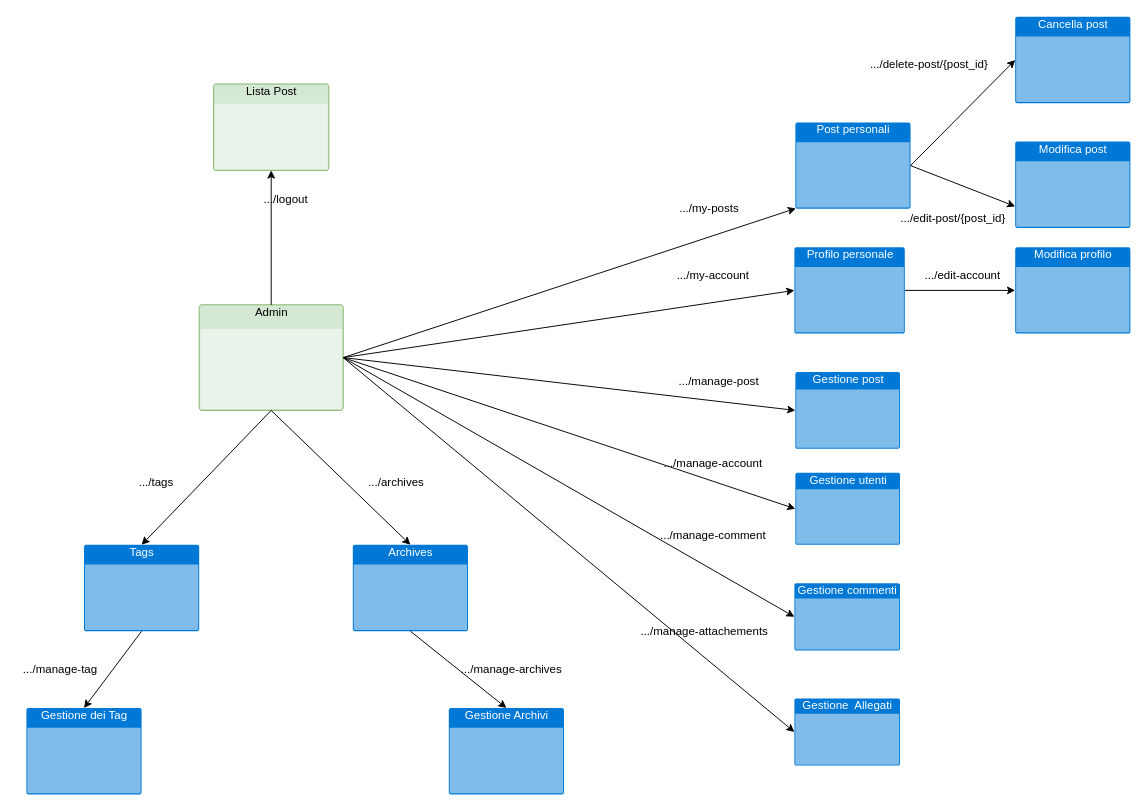
This is page "Admin" (3 of 3) of mappa_blog_3.0.drawio from lorenzofratini1998/ADVProgramming_Project, a draw.io file, before an edit. Source tidied: cells renumbered, new cells numbered last; positions are measured from the earlier drawing's top-left corner, leaving out a move shared by most shapes. Both pictures are drawn from the tidied source at 96%, with x=0, y=0 at pixel (16, 16).
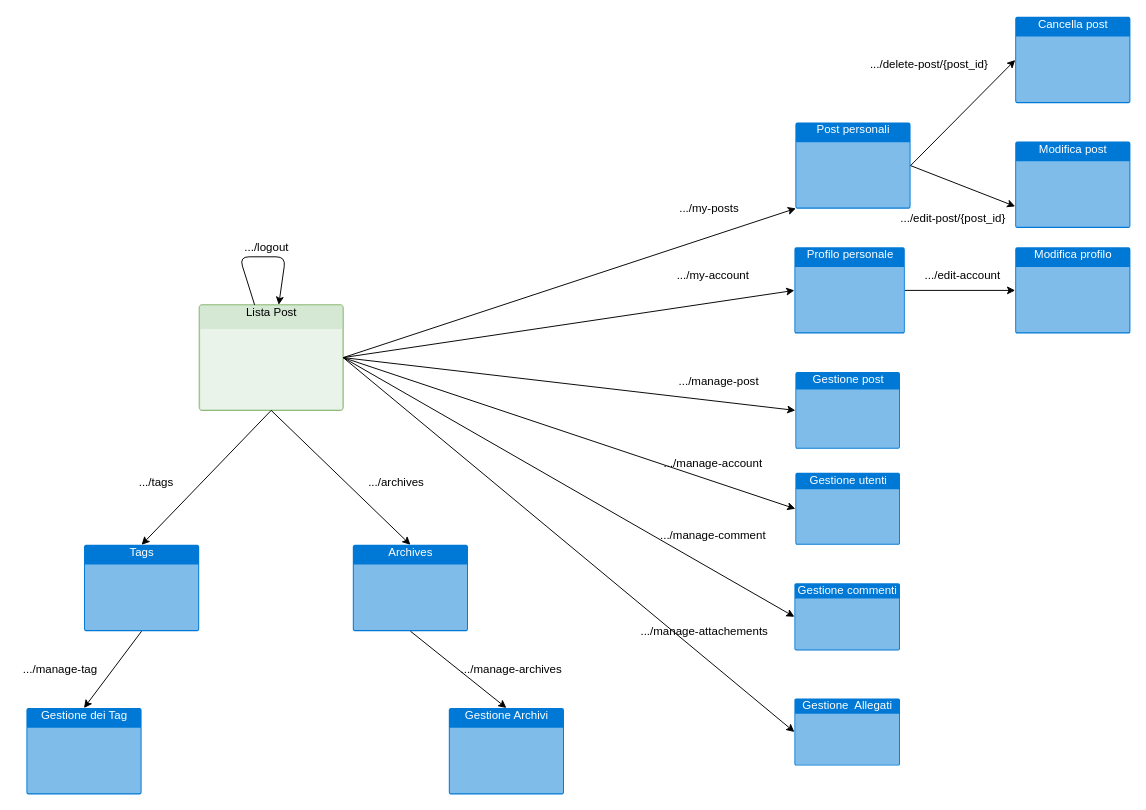
The same page after the edit.

Change to the diagram source:
```diff
@@
-    <mxCell id="2" value="Admin" style="html=1;strokeColor=#82b366;fillColor=#d5e8d4;labelPosition=center;verticalLabelPosition=middle;verticalAlign=top;align=center;fontSize=12;outlineConnect=0;spacingTop=-6;shape=mxgraph.sitemap.page;" parent="1" vertex="1">
+    <mxCell id="2" value="Lista Post" style="html=1;strokeColor=#82b366;fillColor=#d5e8d4;labelPosition=center;verticalLabelPosition=middle;verticalAlign=top;align=center;fontSize=12;outlineConnect=0;spacingTop=-6;shape=mxgraph.sitemap.page;" parent="1" vertex="1">
       <mxGeometry x="190" y="300" width="150" height="110" as="geometry" />
     </mxCell>
@@
-    <mxCell id="6" style="endArrow=classic;html=1;entryX=0.5;entryY=1;entryDx=0;entryDy=0;entryPerimeter=0;exitX=0.5;exitY=0;exitDx=0;exitDy=0;exitPerimeter=0;" parent="1" edge="1" source="2" target="14">
-      <mxGeometry relative="1" as="geometry" />
-    </mxCell>
-    <mxCell id="7" value=".../logout" style="text;html=1;align=center;verticalAlign=middle;" parent="1" vertex="1">
-      <mxGeometry x="250" y="180" width="60" height="20" as="geometry" />
-    </mxCell>
@@
-    <mxCell id="14" value="Lista Post&lt;br&gt;" style="html=1;strokeColor=#82b366;fillColor=#d5e8d4;labelPosition=center;verticalLabelPosition=middle;verticalAlign=top;align=center;fontSize=12;outlineConnect=0;spacingTop=-6;shape=mxgraph.sitemap.page;" parent="1" vertex="1">
-      <mxGeometry x="205" y="70" width="120" height="90" as="geometry" />
-    </mxCell>
@@
+    <mxCell id="45" style="endArrow=classic;html=1;" parent="1" edge="1" source="2" target="2">
+      <mxGeometry relative="1" as="geometry">
+        <Array as="points">
+          <mxPoint x="232" y="250" />
+          <mxPoint x="280" y="250" />
+        </Array>
+      </mxGeometry>
+    </mxCell>
+    <mxCell id="7" value=".../logout" style="text;html=1;align=center;verticalAlign=middle;" parent="1" vertex="1">
+      <mxGeometry x="230" y="230" width="60" height="20" as="geometry" />
+    </mxCell>
```
